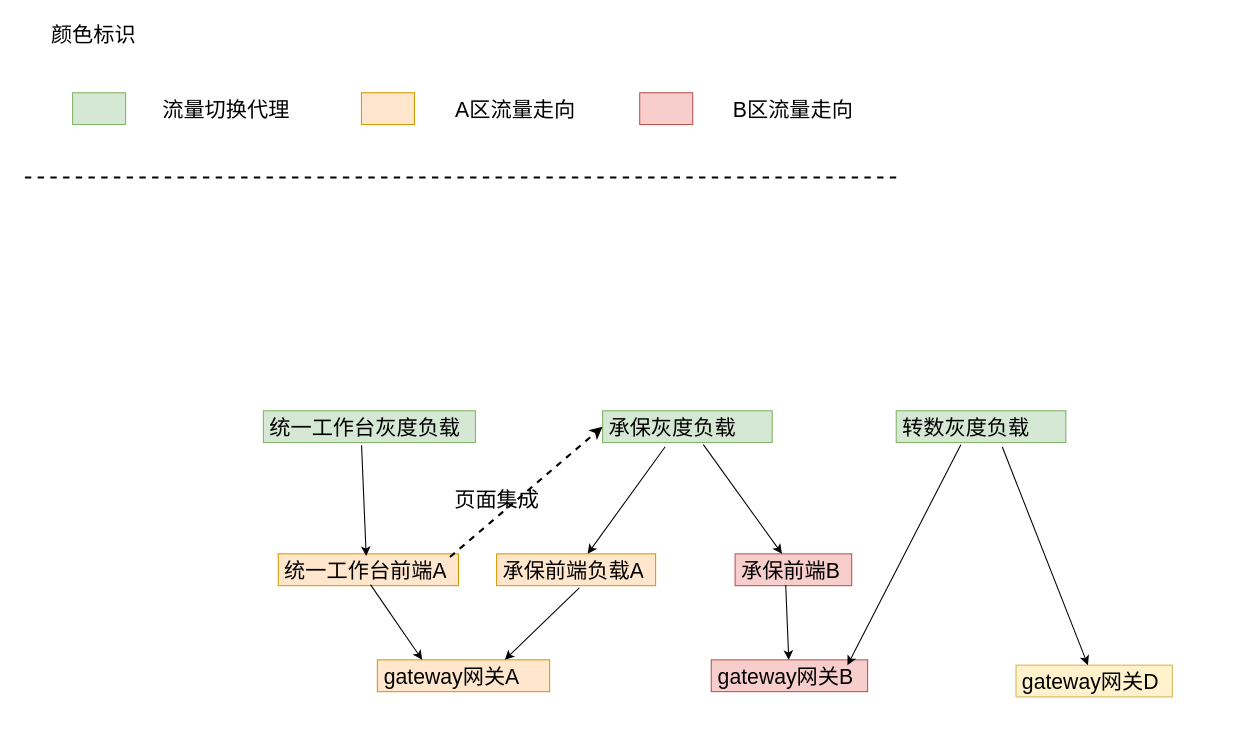
The draw.io diagram page "第 1 页" (1 of 4) of 网关代理架构图.drawio in java-zengguang/images, before the edit. Source tidied: cells renumbered, new cells numbered last; positions are measured from the earlier drawing's top-left corner, leaving out a move shared by most shapes. Both pictures are drawn from the tidied source at 106%, with x=0, y=0 at pixel (24, 18).
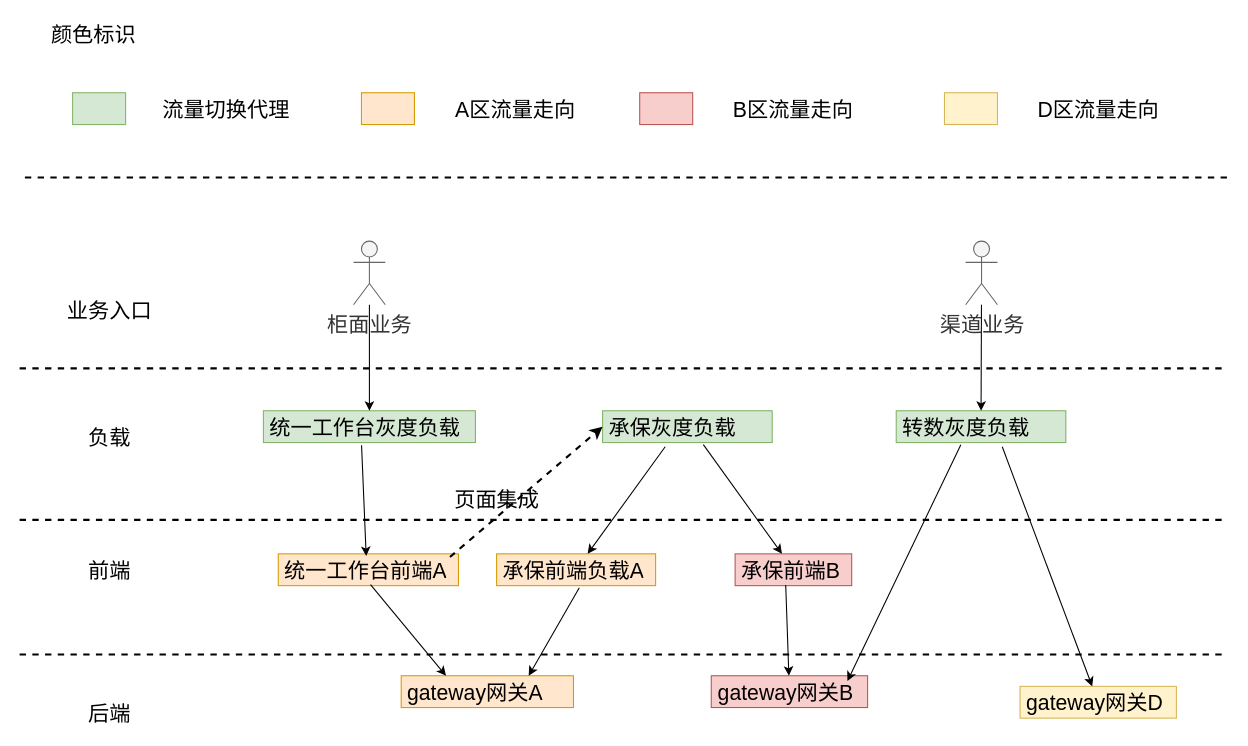
Above is the later version.

Commit message (it also covers changes not shown here):
更新网关代理架构图.drawio

The change refers to these unchanged cells:
```xml
<mxCell id="2" value="&lt;font style=&quot;font-size: 20px;&quot;&gt;统一工作台灰度负载&lt;/font&gt;" style="text;strokeColor=#82b366;fillColor=#d5e8d4;align=left;verticalAlign=middle;spacingLeft=4;spacingRight=4;overflow=hidden;points=[[0,0.5],[1,0.5]];portConstraint=eastwest;whiteSpace=wrap;html=1;" parent="1" vertex="1">
  <mxGeometry x="225" y="370" width="200" height="30" as="geometry" />
</mxCell>
<mxCell id="21" value="&lt;span style=&quot;font-size: 20px;&quot;&gt;转数灰度负载&lt;/span&gt;" style="text;strokeColor=#82b366;fillColor=#d5e8d4;align=left;verticalAlign=middle;spacingLeft=4;spacingRight=4;overflow=hidden;points=[[0,0.5],[1,0.5]];portConstraint=eastwest;whiteSpace=wrap;html=1;" parent="1" vertex="1">
  <mxGeometry x="822" y="370" width="160" height="30" as="geometry" />
</mxCell>
```

What changed in the source:
```diff
@@
     <mxCell id="8" value="&lt;font style=&quot;font-size: 20px;&quot;&gt;gateway网关A&lt;/font&gt;" style="text;strokeColor=#d79b00;fillColor=#ffe6cc;align=left;verticalAlign=middle;spacingLeft=4;spacingRight=4;overflow=hidden;points=[[0,0.5],[1,0.5]];portConstraint=eastwest;whiteSpace=wrap;html=1;" parent="1" vertex="1">
-      <mxGeometry x="332.5" y="605" width="162.5" height="30" as="geometry" />
+      <mxGeometry x="355" y="620" width="162.5" height="30" as="geometry" />
     </mxCell>
     <mxCell id="9" value="&lt;font style=&quot;font-size: 20px;&quot;&gt;gateway网关B&lt;/font&gt;" style="text;strokeColor=#b85450;fillColor=#f8cecc;align=left;verticalAlign=middle;spacingLeft=4;spacingRight=4;overflow=hidden;points=[[0,0.5],[1,0.5]];portConstraint=eastwest;whiteSpace=wrap;html=1;" parent="1" vertex="1">
-      <mxGeometry x="647.5" y="605" width="147.5" height="30" as="geometry" />
+      <mxGeometry x="647.5" y="620" width="147.5" height="30" as="geometry" />
     </mxCell>
@@
     <mxCell id="19" style="endArrow=none;dashed=1;html=1;rounded=0;strokeWidth=2;" parent="1" edge="1">
       <mxGeometry relative="1" as="geometry">
         <mxPoint y="150" as="sourcePoint" />
-        <mxPoint x="825" y="150" as="targetPoint" />
+        <mxPoint x="1135" y="150" as="targetPoint" />
       </mxGeometry>
     </mxCell>
@@
     <mxCell id="22" value="&lt;font style=&quot;font-size: 20px;&quot;&gt;gateway网关D&lt;/font&gt;" style="text;strokeColor=#d6b656;fillColor=#fff2cc;align=left;verticalAlign=middle;spacingLeft=4;spacingRight=4;overflow=hidden;points=[[0,0.5],[1,0.5]];portConstraint=eastwest;whiteSpace=wrap;html=1;" parent="1" vertex="1">
-      <mxGeometry x="935" y="610" width="147.5" height="30" as="geometry" />
+      <mxGeometry x="938.8" y="630" width="147.5" height="30" as="geometry" />
     </mxCell>
@@
+    <mxCell id="29" style="rounded=0;whiteSpace=wrap;html=1;fillColor=#fff2cc;strokeColor=#d6b656;" parent="1" vertex="1">
+      <mxGeometry x="867.5" y="70" width="50" height="30" as="geometry" />
+    </mxCell>
+    <mxCell id="30" value="&lt;font style=&quot;font-size: 20px;&quot;&gt;D区流量走向&lt;/font&gt;" style="text;html=1;align=center;verticalAlign=middle;whiteSpace=wrap;rounded=0;" parent="1" vertex="1">
+      <mxGeometry x="942.5" y="70" width="140" height="30" as="geometry" />
+    </mxCell>
+    <mxCell id="31" style="rounded=0;jettySize=auto;html=1;strokeColor=none;" parent="1" edge="1" source="33" target="2">
+      <mxGeometry relative="1" as="geometry" />
+    </mxCell>
+    <mxCell id="32" style="rounded=0;jettySize=auto;html=1;" parent="1" edge="1" source="33" target="2">
+      <mxGeometry relative="1" as="geometry" />
+    </mxCell>
+    <mxCell id="33" value="&lt;font style=&quot;font-size: 20px;&quot;&gt;柜面业务&lt;/font&gt;" style="shape=umlActor;verticalLabelPosition=bottom;verticalAlign=top;html=1;outlineConnect=0;fillColor=#f5f5f5;fontColor=#333333;strokeColor=#666666;" parent="1" vertex="1">
+      <mxGeometry x="310" y="210" width="30" height="60" as="geometry" />
+    </mxCell>
+    <mxCell id="34" style="rounded=0;jettySize=auto;html=1;" parent="1" edge="1" source="35" target="21">
+      <mxGeometry relative="1" as="geometry" />
+    </mxCell>
+    <mxCell id="35" value="&lt;font style=&quot;font-size: 20px;&quot;&gt;渠道业务&lt;/font&gt;" style="shape=umlActor;verticalLabelPosition=bottom;verticalAlign=top;html=1;outlineConnect=0;fillColor=#f5f5f5;fontColor=#333333;strokeColor=#666666;" parent="1" vertex="1">
+      <mxGeometry x="887.5" y="210" width="30" height="60" as="geometry" />
+    </mxCell>
+    <mxCell id="36" style="endArrow=none;dashed=1;html=1;rounded=0;strokeWidth=2;" parent="1" edge="1">
+      <mxGeometry relative="1" as="geometry">
+        <mxPoint x="-5" y="330" as="sourcePoint" />
+        <mxPoint x="1130" y="330" as="targetPoint" />
+      </mxGeometry>
+    </mxCell>
+    <mxCell id="37" style="endArrow=none;dashed=1;html=1;rounded=0;strokeWidth=2;" parent="1" edge="1">
+      <mxGeometry relative="1" as="geometry">
+        <mxPoint x="-5" y="473" as="sourcePoint" />
+        <mxPoint x="1130" y="473" as="targetPoint" />
+      </mxGeometry>
+    </mxCell>
+    <mxCell id="38" style="endArrow=none;dashed=1;html=1;rounded=0;strokeWidth=2;" parent="1" edge="1">
+      <mxGeometry relative="1" as="geometry">
+        <mxPoint x="-5" y="600" as="sourcePoint" />
+        <mxPoint x="1130" y="600" as="targetPoint" />
+      </mxGeometry>
+    </mxCell>
+    <mxCell id="39" value="&lt;font style=&quot;font-size: 20px;&quot;&gt;业务入口&lt;/font&gt;" style="text;html=1;align=center;verticalAlign=middle;whiteSpace=wrap;rounded=0;" parent="1" vertex="1">
+      <mxGeometry x="25" y="260" width="110" height="30" as="geometry" />
+    </mxCell>
+    <mxCell id="40" value="&lt;span style=&quot;font-size: 20px;&quot;&gt;负载&lt;/span&gt;" style="text;html=1;align=center;verticalAlign=middle;whiteSpace=wrap;rounded=0;" parent="1" vertex="1">
+      <mxGeometry x="25" y="380" width="110" height="30" as="geometry" />
+    </mxCell>
+    <mxCell id="41" value="&lt;font style=&quot;font-size: 20px;&quot;&gt;前端&lt;/font&gt;" style="text;html=1;align=center;verticalAlign=middle;whiteSpace=wrap;rounded=0;" parent="1" vertex="1">
+      <mxGeometry x="25" y="505" width="110" height="30" as="geometry" />
+    </mxCell>
+    <mxCell id="42" value="&lt;font style=&quot;font-size: 20px;&quot;&gt;后端&lt;/font&gt;" style="text;html=1;align=center;verticalAlign=middle;whiteSpace=wrap;rounded=0;" parent="1" vertex="1">
+      <mxGeometry x="25" y="640" width="110" height="30" as="geometry" />
+    </mxCell>
```
